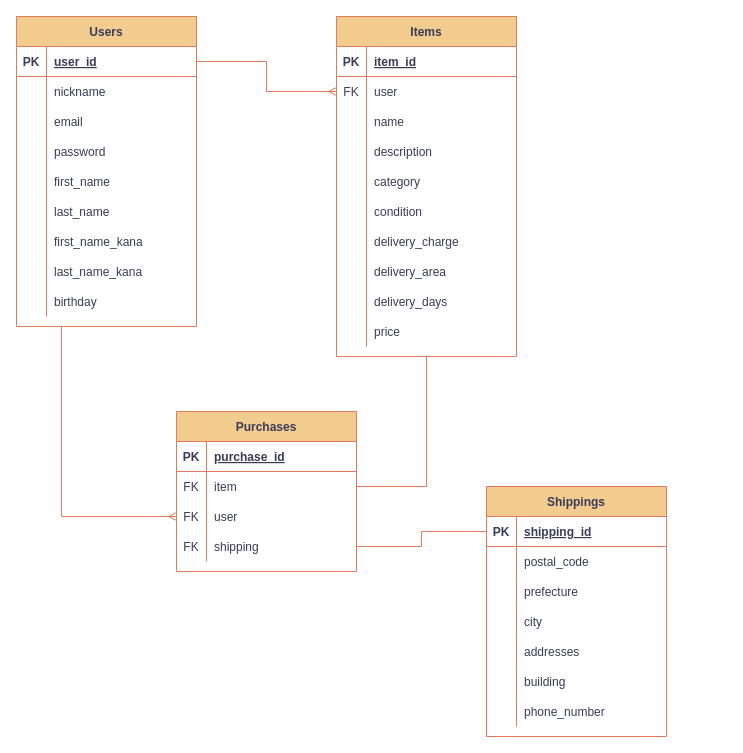
The draw.io diagram furima-34875.dio in abreahn/furima-34875, before the edit. Source tidied: cells renumbered, new cells numbered last; positions are measured from the earlier drawing's top-left corner, leaving out a move shared by most shapes. Both pictures are drawn from the tidied source at 100%, with x=0, y=0 at pixel (16, 16).
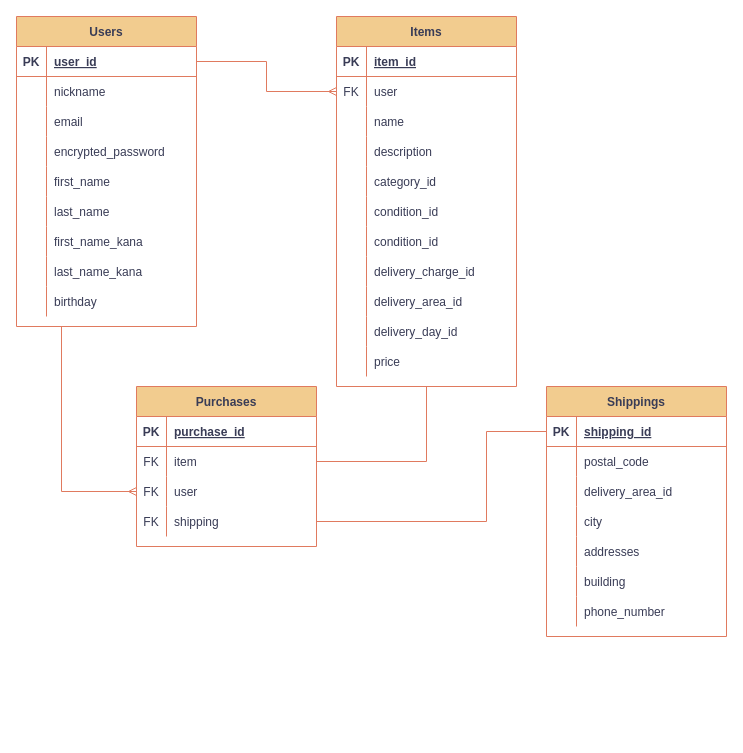
The same page after the edit.

Commit message (it also covers changes not shown here):
ER図、README修正

The change refers to these unchanged cells:
```xml
<mxCell id="13" style="shape=partialRectangle;fillColor=none;top=0;left=0;bottom=0;right=0;strokeColor=#E07A5F;fontColor=#393C56;" parent="3" vertex="1">
  <mxGeometry y="120" width="180" height="30" as="geometry" />
</mxCell>
<mxCell id="45" style="shape=partialRectangle;fillColor=none;top=0;left=0;bottom=0;right=0;strokeColor=#E07A5F;fontColor=#393C56;" parent="32" vertex="1">
  <mxGeometry y="150" width="180" height="30" as="geometry" />
</mxCell>
<mxCell id="48" style="shape=partialRectangle;fillColor=none;top=0;left=0;bottom=0;right=0;strokeColor=#E07A5F;fontColor=#393C56;" parent="32" vertex="1">
  <mxGeometry y="180" width="180" height="30" as="geometry" />
</mxCell>
<mxCell id="73" style="shape=partialRectangle;fillColor=none;top=0;left=0;bottom=0;right=0;points=[[0,0.5],[1,0.5]];portConstraint=eastwest;strokeColor=#E07A5F;fontColor=#393C56;" parent="63" vertex="1">
  <mxGeometry y="120" width="180" height="30" as="geometry" />
</mxCell>
<mxCell id="77" style="shape=partialRectangle;fillColor=none;top=0;left=0;bottom=1;right=0;points=[[0,0.5],[1,0.5]];portConstraint=eastwest;strokeColor=#E07A5F;fontColor=#393C56;" parent="76" vertex="1">
  <mxGeometry y="30" width="180" height="30" as="geometry" />
</mxCell>
<mxCell id="83" style="shape=partialRectangle;fillColor=none;top=0;left=0;bottom=0;right=0;strokeColor=#E07A5F;fontColor=#393C56;" parent="76" vertex="1">
  <mxGeometry y="90" width="180" height="30" as="geometry" />
</mxCell>
```

Diff of the diagram source:
```diff
@@
-    <mxCell id="15" value="password" style="shape=partialRectangle;fillColor=none;top=0;left=0;bottom=0;right=0;align=left;spacingLeft=6;overflow=hidden;strokeColor=#E07A5F;fontColor=#393C56;" parent="13" vertex="1">
+    <mxCell id="15" value="encrypted_password" style="shape=partialRectangle;fillColor=none;top=0;left=0;bottom=0;right=0;align=left;spacingLeft=6;overflow=hidden;strokeColor=#E07A5F;fontColor=#393C56;" parent="13" vertex="1">
       <mxGeometry x="30" width="150" height="30" as="geometry" />
     </mxCell>
@@
     <mxCell id="32" value="Items" style="shape=table;startSize=30;childLayout=tableLayout;rowLines=0;fontStyle=1;align=center;fillColor=#F2CC8F;strokeColor=#E07A5F;fontColor=#393C56;" parent="1" vertex="1">
-      <mxGeometry x="320" width="180" height="340" as="geometry" />
+      <mxGeometry x="320" width="180" height="370" as="geometry" />
     </mxCell>
@@
-    <mxCell id="47" value="category" style="shape=partialRectangle;fillColor=none;top=0;left=0;bottom=0;right=0;align=left;spacingLeft=6;overflow=hidden;strokeColor=#E07A5F;fontColor=#393C56;" parent="45" vertex="1">
+    <mxCell id="47" value="category_id" style="shape=partialRectangle;fillColor=none;top=0;left=0;bottom=0;right=0;align=left;spacingLeft=6;overflow=hidden;strokeColor=#E07A5F;fontColor=#393C56;" parent="45" vertex="1">
       <mxGeometry x="30" width="150" height="30" as="geometry" />
     </mxCell>
@@
-    <mxCell id="50" value="condition" style="shape=partialRectangle;fillColor=none;top=0;left=0;bottom=0;right=0;align=left;spacingLeft=6;overflow=hidden;strokeColor=#E07A5F;fontColor=#393C56;" parent="48" vertex="1">
+    <mxCell id="50" value="condition_id" style="shape=partialRectangle;fillColor=none;top=0;left=0;bottom=0;right=0;align=left;spacingLeft=6;overflow=hidden;strokeColor=#E07A5F;fontColor=#393C56;" parent="48" vertex="1">
       <mxGeometry x="30" width="150" height="30" as="geometry" />
     </mxCell>
+    <mxCell id="100" style="shape=partialRectangle;fillColor=none;top=0;left=0;bottom=0;right=0;strokeColor=#E07A5F;fontColor=#393C56;" parent="32" vertex="1">
+      <mxGeometry y="210" width="180" height="30" as="geometry" />
+    </mxCell>
+    <mxCell id="101" style="shape=partialRectangle;fillColor=none;top=0;left=0;bottom=0;right=0;overflow=hidden;strokeColor=#E07A5F;fontColor=#393C56;" parent="100" vertex="1">
+      <mxGeometry width="30" height="30" as="geometry" />
+    </mxCell>
+    <mxCell id="102" value="condition_id" style="shape=partialRectangle;fillColor=none;top=0;left=0;bottom=0;right=0;align=left;spacingLeft=6;overflow=hidden;strokeColor=#E07A5F;fontColor=#393C56;" parent="100" vertex="1">
+      <mxGeometry x="30" width="150" height="30" as="geometry" />
+    </mxCell>
     <mxCell id="51" style="shape=partialRectangle;fillColor=none;top=0;left=0;bottom=0;right=0;strokeColor=#E07A5F;fontColor=#393C56;" parent="32" vertex="1">
-      <mxGeometry y="210" width="180" height="30" as="geometry" />
+      <mxGeometry y="240" width="180" height="30" as="geometry" />
     </mxCell>
@@
-    <mxCell id="53" value="delivery_charge" style="shape=partialRectangle;fillColor=none;top=0;left=0;bottom=0;right=0;align=left;spacingLeft=6;overflow=hidden;strokeColor=#E07A5F;fontColor=#393C56;" parent="51" vertex="1">
+    <mxCell id="53" value="delivery_charge_id" style="shape=partialRectangle;fillColor=none;top=0;left=0;bottom=0;right=0;align=left;spacingLeft=6;overflow=hidden;strokeColor=#E07A5F;fontColor=#393C56;" parent="51" vertex="1">
       <mxGeometry x="30" width="150" height="30" as="geometry" />
     </mxCell>
     <mxCell id="54" style="shape=partialRectangle;fillColor=none;top=0;left=0;bottom=0;right=0;strokeColor=#E07A5F;fontColor=#393C56;" parent="32" vertex="1">
-      <mxGeometry y="240" width="180" height="30" as="geometry" />
+      <mxGeometry y="270" width="180" height="30" as="geometry" />
     </mxCell>
@@
-    <mxCell id="56" value="delivery_area" style="shape=partialRectangle;fillColor=none;top=0;left=0;bottom=0;right=0;align=left;spacingLeft=6;overflow=hidden;strokeColor=#E07A5F;fontColor=#393C56;" parent="54" vertex="1">
+    <mxCell id="56" value="delivery_area_id" style="shape=partialRectangle;fillColor=none;top=0;left=0;bottom=0;right=0;align=left;spacingLeft=6;overflow=hidden;strokeColor=#E07A5F;fontColor=#393C56;" parent="54" vertex="1">
       <mxGeometry x="30" width="150" height="30" as="geometry" />
     </mxCell>
     <mxCell id="57" style="shape=partialRectangle;fillColor=none;top=0;left=0;bottom=0;right=0;strokeColor=#E07A5F;fontColor=#393C56;" parent="32" vertex="1">
-      <mxGeometry y="270" width="180" height="30" as="geometry" />
+      <mxGeometry y="300" width="180" height="30" as="geometry" />
     </mxCell>
@@
-    <mxCell id="59" value="delivery_days" style="shape=partialRectangle;fillColor=none;top=0;left=0;bottom=0;right=0;align=left;spacingLeft=6;overflow=hidden;strokeColor=#E07A5F;fontColor=#393C56;" parent="57" vertex="1">
+    <mxCell id="59" value="delivery_day_id" style="shape=partialRectangle;fillColor=none;top=0;left=0;bottom=0;right=0;align=left;spacingLeft=6;overflow=hidden;strokeColor=#E07A5F;fontColor=#393C56;" parent="57" vertex="1">
       <mxGeometry x="30" width="150" height="30" as="geometry" />
     </mxCell>
     <mxCell id="60" style="shape=partialRectangle;fillColor=none;top=0;left=0;bottom=0;right=0;strokeColor=#E07A5F;fontColor=#393C56;" parent="32" vertex="1">
-      <mxGeometry y="300" width="180" height="30" as="geometry" />
+      <mxGeometry y="330" width="180" height="30" as="geometry" />
     </mxCell>
@@
     <mxCell id="63" value="Purchases" style="shape=table;startSize=30;childLayout=tableLayout;rowLines=0;fontStyle=1;align=center;fillColor=#F2CC8F;strokeColor=#E07A5F;fontColor=#393C56;" parent="1" vertex="1">
-      <mxGeometry x="160" y="395" width="180" height="160" as="geometry" />
+      <mxGeometry x="120" y="370" width="180" height="160" as="geometry" />
     </mxCell>
@@
     <mxCell id="76" value="Shippings" style="shape=table;startSize=30;childLayout=tableLayout;rowLines=0;fontStyle=1;align=center;fillColor=#F2CC8F;strokeColor=#E07A5F;fontColor=#393C56;" parent="1" vertex="1">
-      <mxGeometry x="470" y="470" width="180" height="250" as="geometry" />
+      <mxGeometry x="530" y="370" width="180" height="250" as="geometry" />
     </mxCell>
@@
-    <mxCell id="85" value="prefecture" style="shape=partialRectangle;fillColor=none;top=0;left=0;bottom=0;right=0;align=left;spacingLeft=6;overflow=hidden;strokeColor=#E07A5F;fontColor=#393C56;" parent="83" vertex="1">
+    <mxCell id="85" value="delivery_area_id" style="shape=partialRectangle;fillColor=none;top=0;left=0;bottom=0;right=0;align=left;spacingLeft=6;overflow=hidden;strokeColor=#E07A5F;fontColor=#393C56;" parent="83" vertex="1">
       <mxGeometry x="30" width="150" height="30" as="geometry" />
     </mxCell>
@@
     <mxCell id="99" style="edgeStyle=orthogonalEdgeStyle;rounded=0;jumpSize=6;jettySize=auto;html=1;exitX=1;exitY=0.5;exitDx=0;exitDy=0;entryX=0;entryY=0.5;entryDx=0;entryDy=0;startSize=6;sourcePerimeterSpacing=0;endArrow=none;endFill=0;strokeWidth=1;strokeColor=#E07A5F;fontColor=#393C56;labelBackgroundColor=#F4F1DE;" parent="1" edge="1" source="73" target="77">
-      <mxGeometry relative="1" as="geometry" />
+      <mxGeometry relative="1" as="geometry">
+        <Array as="points">
+          <mxPoint x="470" y="505" />
+          <mxPoint x="470" y="415" />
+        </Array>
+      </mxGeometry>
     </mxCell>
```
